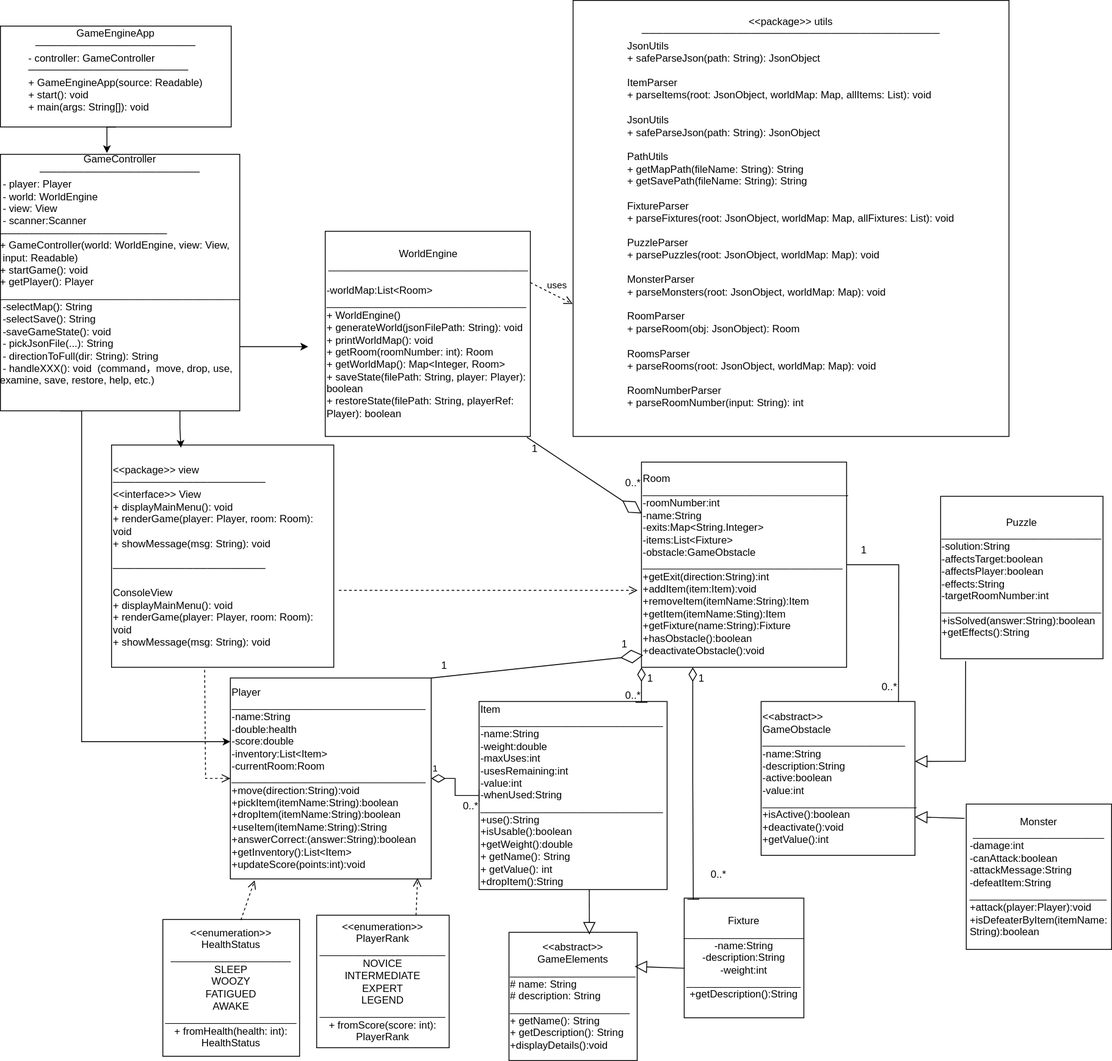
This is UML.svg from dev-helia/Halo-Game, a draw.io export, as it was before one commit. Source tidied: cells renumbered, new cells last; positions are measured from the earlier drawing's top-left corner, leaving out a move shared by most shapes.
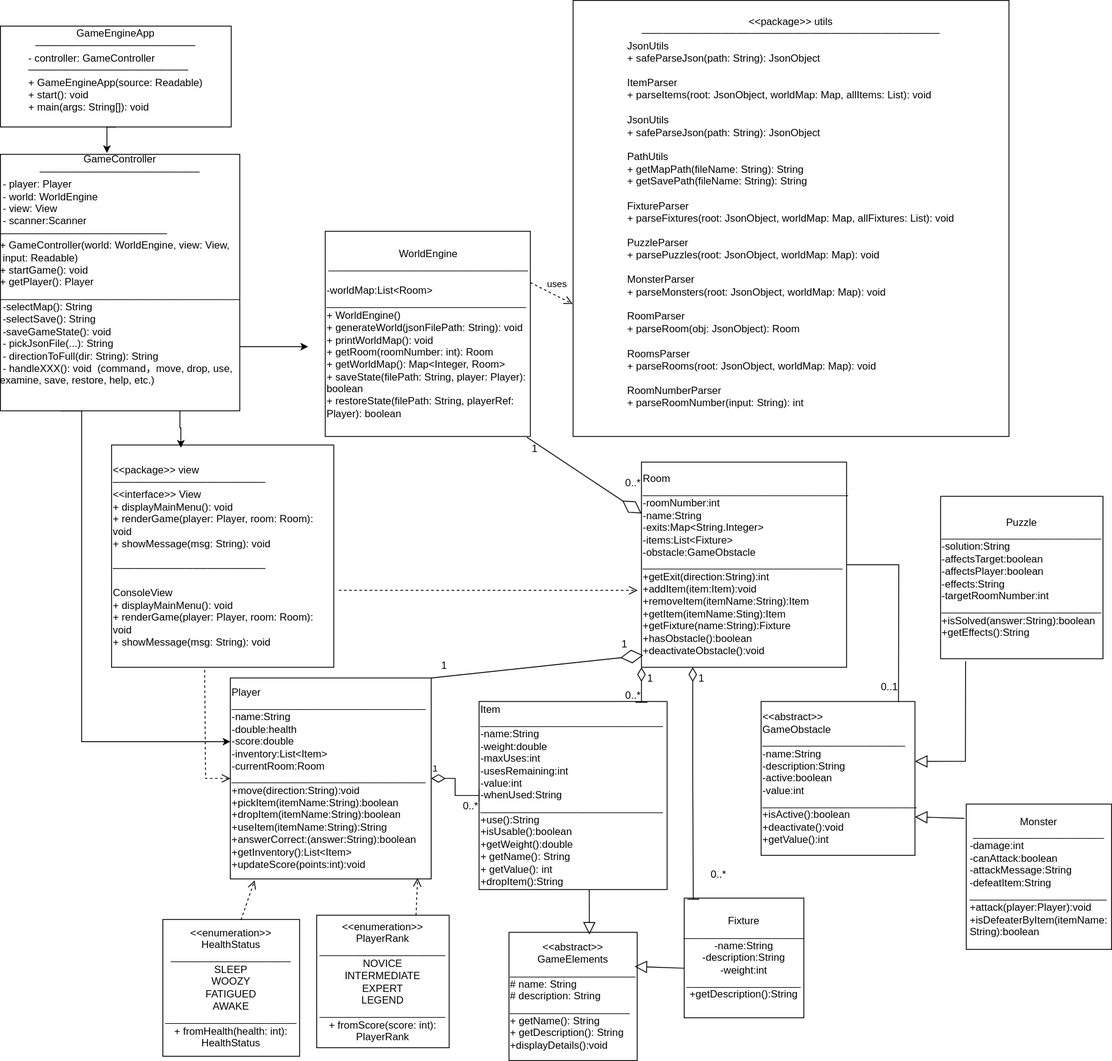
Later version of the same file.

Diff of the diagram source:
```diff
@@ -85,10 +85,7 @@
     <mxCell id="23" value="1" style="text;html=1;align=center;verticalAlign=middle;points=[];strokeColor=none;fillColor=none;" parent="1" vertex="1">
       <mxGeometry x="715" y="738" width="30" height="30" as="geometry" />
     </mxCell>
-    <mxCell id="24" value="1" style="text;html=1;align=center;verticalAlign=middle;strokeColor=none;fillColor=none;" parent="1" vertex="1">
-      <mxGeometry x="995" y="628" width="30" height="30" as="geometry" />
-    </mxCell>
-    <mxCell id="25" value="0..*" style="text;html=1;align=center;verticalAlign=middle;strokeColor=none;fillColor=none;" parent="1" vertex="1">
+    <mxCell id="25" value="0..1&lt;br&gt;" style="text;html=1;align=center;verticalAlign=middle;strokeColor=none;fillColor=none;" parent="1" vertex="1">
       <mxGeometry x="1020" y="788" width="40" height="30" as="geometry" />
     </mxCell>
     <mxCell id="26" value="1" style="text;html=1;align=center;verticalAlign=middle;strokeColor=none;fillColor=none;" parent="1" vertex="1">
```
